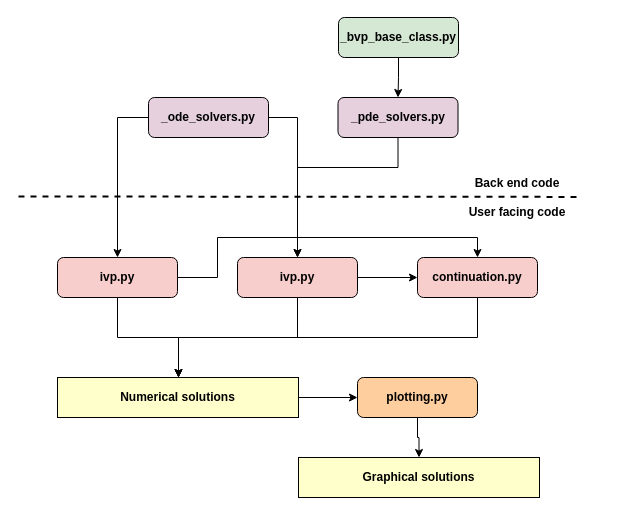
dupput/EMAT3008-ScientificComputing keeps this draw.io diagram as dev/Desicisions.drawio. Above is the earlier version. Source tidied: cells renumbered, new cells numbered last; positions are measured from the earlier drawing's top-left corner, leaving out a move shared by most shapes. Both pictures are drawn from the tidied source at 100%, with x=0, y=0 at pixel (18, 17).
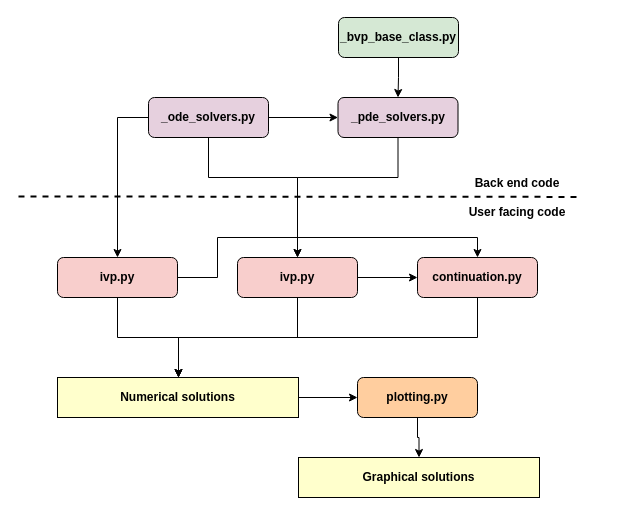
The same diagram, later.

Unchanged cells that the change refers to:
```xml
<mxCell id="8" value="_ode_solvers.py" style="rounded=1;whiteSpace=wrap;html=1;fontStyle=1;fillColor=#E6D0DE;" parent="1" vertex="1">
  <mxGeometry x="130" y="80" width="120" height="40" as="geometry" />
</mxCell>
<mxCell id="13" value="&lt;div&gt;ivp.py&lt;/div&gt;" style="rounded=1;whiteSpace=wrap;html=1;fontStyle=1;fillColor=#F8CECC;" parent="1" vertex="1">
  <mxGeometry x="219" y="240" width="120" height="40" as="geometry" />
</mxCell>
<mxCell id="15" value="&lt;div&gt;_pde_solvers.py&lt;/div&gt;" style="rounded=1;whiteSpace=wrap;html=1;fontStyle=1;fillColor=#E6D0DE;" parent="1" vertex="1">
  <mxGeometry x="319.5" y="80" width="120" height="40" as="geometry" />
</mxCell>
```

The edit, as a diff of the source:
```diff
@@
+    <mxCell id="24" style="edgeStyle=orthogonalEdgeStyle;rounded=0;jettySize=auto;html=1;" parent="1" edge="1" source="8" target="15">
+      <mxGeometry relative="1" as="geometry" />
+    </mxCell>
     <mxCell id="7" style="edgeStyle=orthogonalEdgeStyle;rounded=0;jettySize=auto;html=1;entryX=0.5;entryY=0;entryDx=0;entryDy=0;" parent="1" edge="1" source="8" target="13">
       <mxGeometry relative="1" as="geometry">
         <Array as="points">
-          <mxPoint x="279" y="100" />
+          <mxPoint x="190" y="160" />
+          <mxPoint x="279" y="160" />
         </Array>
       </mxGeometry>
     </mxCell>
@@
-    <mxCell id="14" style="edgeStyle=orthogonalEdgeStyle;rounded=0;jettySize=auto;html=1;entryX=0.5;entryY=0;entryDx=0;entryDy=0;exitX=0.5;exitY=1;exitDx=0;exitDy=0;" parent="1" edge="1" source="15" target="13">
+    <mxCell id="14" style="edgeStyle=orthogonalEdgeStyle;rounded=0;jettySize=auto;html=1;entryX=0.5;entryY=0;entryDx=0;entryDy=0;" parent="1" edge="1" source="15" target="13">
       <mxGeometry relative="1" as="geometry">
         <Array as="points">
-          <mxPoint x="380" y="150" />
-          <mxPoint x="279" y="150" />
+          <mxPoint x="380" y="160" />
+          <mxPoint x="279" y="160" />
         </Array>
       </mxGeometry>
     </mxCell>
```
